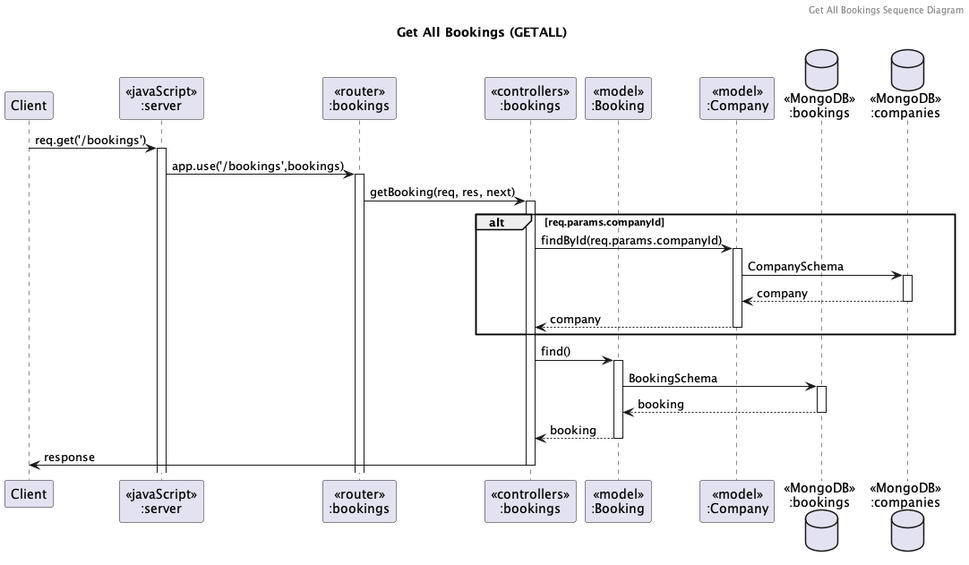
its144prelationship-study/swdevprac-project keeps this PlantUML diagram as out/diagrams/sequence_diagram/booking/get_all_bookings/Get All Bookings (GETALL).png. Above is the earlier version.
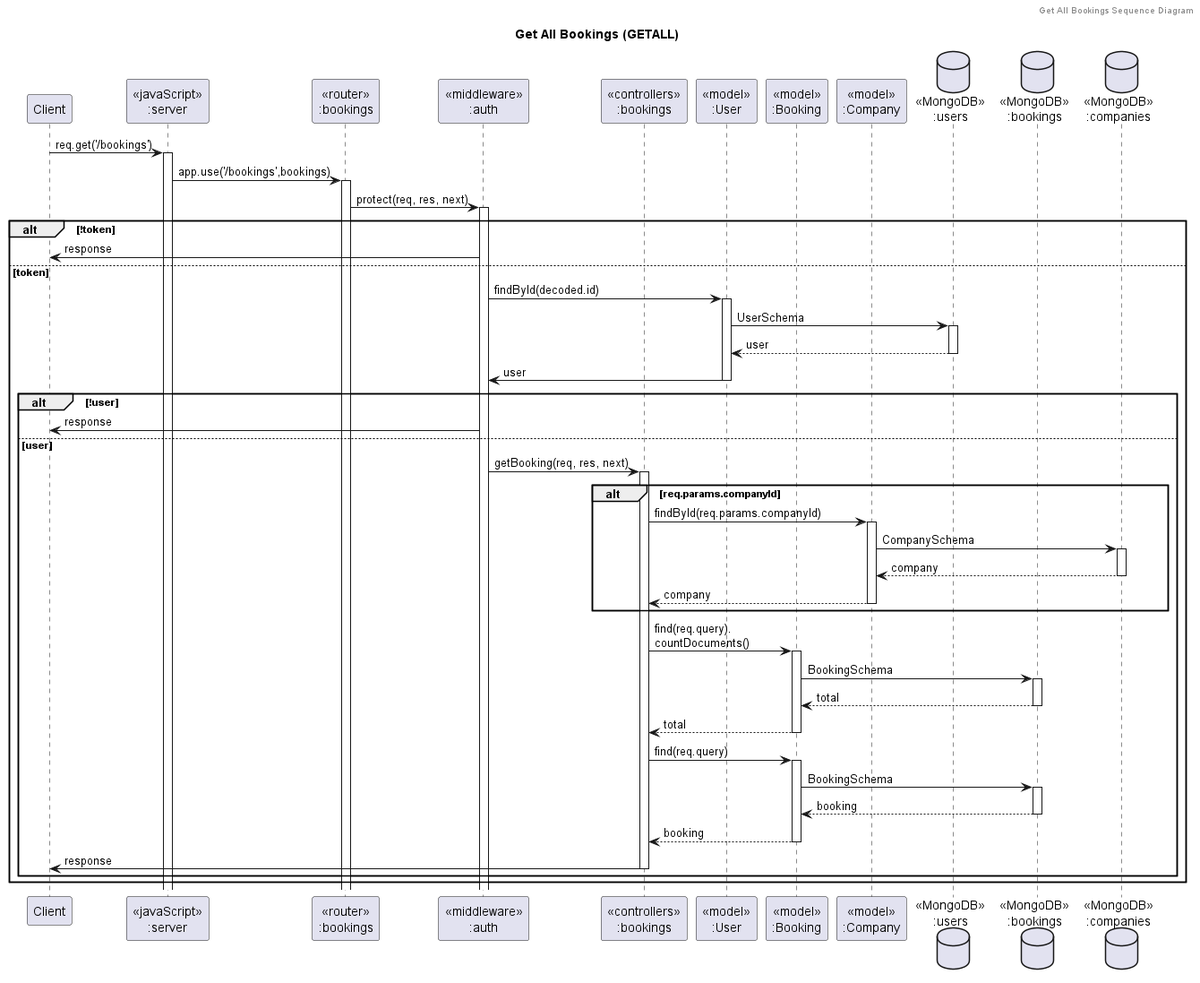
The same diagram one commit later.

The edit, as a diff of the source:
```diff
@@ -6,25 +6,45 @@
 participant "Client" as client
 participant "<<javaScript>>\n:server" as server
 participant "<<router>>\n:bookings" as routerBookings
+participant "<<middleware>>\n:auth" as authMiddleware
 participant "<<controllers>>\n:bookings" as controllersBookings
+participant "<<model>>\n:User" as modelUser
 participant "<<model>>\n:Booking" as modelBooking
 participant "<<model>>\n:Company" as modelCompany
+database "<<MongoDB>>\n:users" as UsersDatabase
 database "<<MongoDB>>\n:bookings" as BookingsDatabase
 database "<<MongoDB>>\n:companies" as CompaniesDatabase
 
-client->server ++:req.get('/bookings')
-server->routerBookings ++:app.use('/bookings',bookings)
-routerBookings -> controllersBookings ++: getBooking(req, res, next)
-alt req.params.companyId
-    controllersBookings->modelCompany ++: findById(req.params.companyId)
-    modelCompany -> CompaniesDatabase ++: CompanySchema
-    CompaniesDatabase --> modelCompany --: company
-    controllersBookings <-- modelCompany --:company
+client -> server ++:req.get('/bookings')
+server -> routerBookings ++:app.use('/bookings',bookings)
+routerBookings -> authMiddleware ++:protect(req, res, next)
+alt !token
+    authMiddleware -> client :response
+else token
+    authMiddleware -> modelUser ++:findById(decoded.id)
+    modelUser -> UsersDatabase ++: UserSchema
+    UsersDatabase --> modelUser --: user
+    modelUser -> authMiddleware --: user
+    alt !user
+        authMiddleware -> client :response
+    else user
+        authMiddleware -> controllersBookings ++: getBooking(req, res, next)
+        alt req.params.companyId
+            controllersBookings -> modelCompany ++: findById(req.params.companyId)
+            modelCompany -> CompaniesDatabase ++: CompanySchema
+            CompaniesDatabase --> modelCompany --: company
+            controllersBookings <-- modelCompany --:company
+        end
+        controllersBookings -> modelBooking ++:find(req.query).\ncountDocuments()
+        modelBooking -> BookingsDatabase ++: BookingSchema
+        BookingsDatabase --> modelBooking --: total
+        controllersBookings <-- modelBooking --: total
+        controllersBookings -> modelBooking ++:find(req.query)
+        modelBooking -> BookingsDatabase ++: BookingSchema
+        BookingsDatabase --> modelBooking --: booking
+        controllersBookings <-- modelBooking --:booking
+        controllersBookings -> client --:response
+    end
 end
-controllersBookings->modelBooking ++:find()
-modelBooking ->BookingsDatabase ++: BookingSchema
-BookingsDatabase --> modelBooking --: booking
-controllersBookings <-- modelBooking --:booking
-controllersBookings->client --:response
 
 @enduml
```
